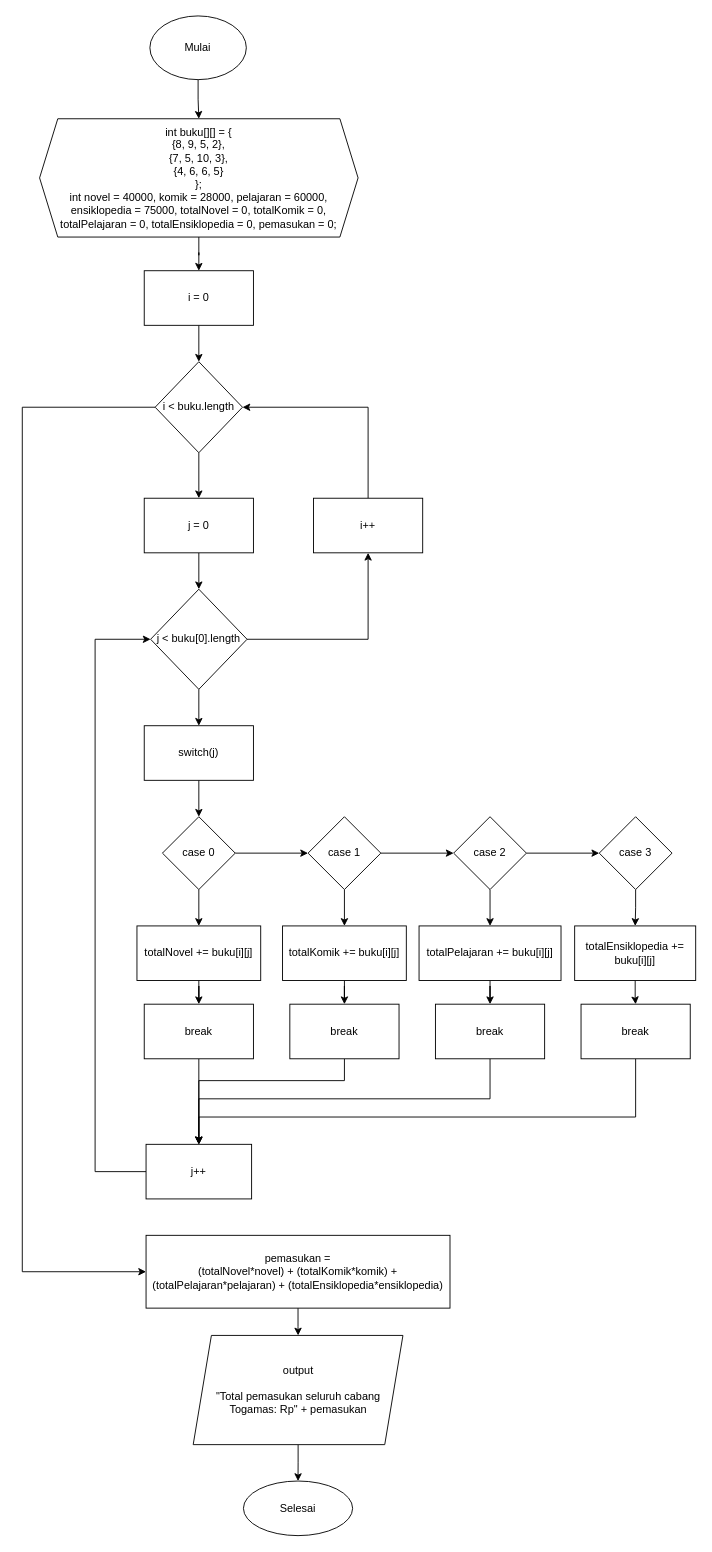
nhaidaar/daspro keeps this draw.io diagram as page "No. 2" (2 of 2) of Tugas9_2_Naufal.drawio. Above is the earlier version. Source tidied: cells renumbered, new cells numbered last; positions are measured from the earlier drawing's top-left corner, leaving out a move shared by most shapes. Both pictures are drawn from the tidied source at 91%, with x=0, y=0 at pixel (22, 15).
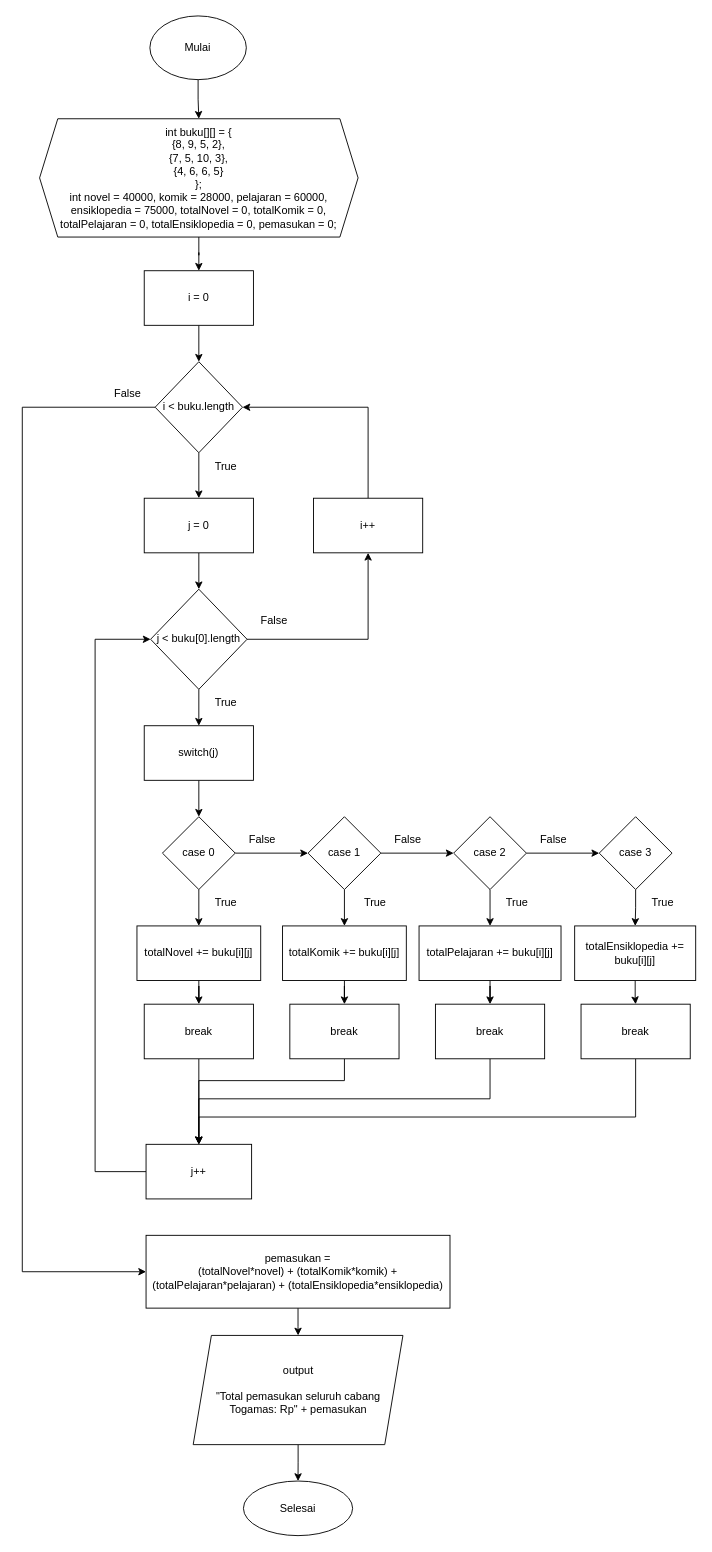
After the change.

Diff of the diagram source:
```diff
@@
+    <mxCell id="54" value="True" style="text;html=1;strokeColor=none;fillColor=none;align=center;verticalAlign=middle;whiteSpace=wrap;rounded=0;" parent="1" vertex="1">
+      <mxGeometry x="194" y="480" width="60" height="30" as="geometry" />
+    </mxCell>
+    <mxCell id="55" value="True" style="text;html=1;strokeColor=none;fillColor=none;align=center;verticalAlign=middle;whiteSpace=wrap;rounded=0;" parent="1" vertex="1">
+      <mxGeometry x="194" y="740" width="60" height="30" as="geometry" />
+    </mxCell>
+    <mxCell id="56" value="True" style="text;html=1;strokeColor=none;fillColor=none;align=center;verticalAlign=middle;whiteSpace=wrap;rounded=0;" parent="1" vertex="1">
+      <mxGeometry x="194" y="960" width="60" height="30" as="geometry" />
+    </mxCell>
+    <mxCell id="57" value="True" style="text;html=1;strokeColor=none;fillColor=none;align=center;verticalAlign=middle;whiteSpace=wrap;rounded=0;" parent="1" vertex="1">
+      <mxGeometry x="358.2" y="960" width="60" height="30" as="geometry" />
+    </mxCell>
+    <mxCell id="58" value="True" style="text;html=1;strokeColor=none;fillColor=none;align=center;verticalAlign=middle;whiteSpace=wrap;rounded=0;" parent="1" vertex="1">
+      <mxGeometry x="514" y="960" width="60" height="30" as="geometry" />
+    </mxCell>
+    <mxCell id="59" value="True" style="text;html=1;strokeColor=none;fillColor=none;align=center;verticalAlign=middle;whiteSpace=wrap;rounded=0;" parent="1" vertex="1">
+      <mxGeometry x="674" y="960" width="60" height="30" as="geometry" />
+    </mxCell>
+    <mxCell id="60" value="False" style="text;html=1;strokeColor=none;fillColor=none;align=center;verticalAlign=middle;whiteSpace=wrap;rounded=0;" parent="1" vertex="1">
+      <mxGeometry x="86" y="400" width="60" height="30" as="geometry" />
+    </mxCell>
+    <mxCell id="61" value="False" style="text;html=1;strokeColor=none;fillColor=none;align=center;verticalAlign=middle;whiteSpace=wrap;rounded=0;" parent="1" vertex="1">
+      <mxGeometry x="247" y="650" width="60" height="30" as="geometry" />
+    </mxCell>
+    <mxCell id="62" value="False" style="text;html=1;strokeColor=none;fillColor=none;align=center;verticalAlign=middle;whiteSpace=wrap;rounded=0;" parent="1" vertex="1">
+      <mxGeometry x="234" y="890" width="60" height="30" as="geometry" />
+    </mxCell>
+    <mxCell id="63" value="False" style="text;html=1;strokeColor=none;fillColor=none;align=center;verticalAlign=middle;whiteSpace=wrap;rounded=0;" parent="1" vertex="1">
+      <mxGeometry x="394" y="890" width="60" height="30" as="geometry" />
+    </mxCell>
+    <mxCell id="64" value="False" style="text;html=1;strokeColor=none;fillColor=none;align=center;verticalAlign=middle;whiteSpace=wrap;rounded=0;" parent="1" vertex="1">
+      <mxGeometry x="554" y="890" width="60" height="30" as="geometry" />
+    </mxCell>
```
